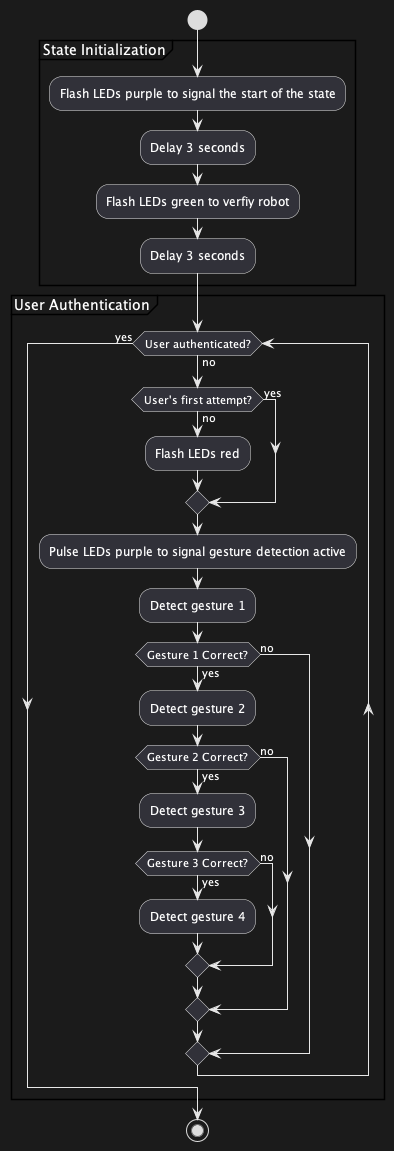
The PlantUML diagram uml/diagrams/rendezvous_verify.png in AndrewH-14/team1-project, before a commit. Source of this version:
```plantuml
@startuml
!pragma useVerticalIf off

start
group State Initialization
:Flash LEDs purple to signal the start of the state;
:Delay 3 seconds;
:Flash LEDs green to verfiy robot;
:Delay 3 seconds;
end group
group User Authentication
while (User authenticated?) is (no)
    if (User's first attempt?) then (no)
        :Flash LEDs red;
    else (yes)
    endif
    :Pulse LEDs purple to signal gesture detection active;
    :Detect gesture 1;
    if (Gesture 1 Correct?) then (yes)
        :Detect gesture 2;
        if (Gesture 2 Correct?) then (yes)
            :Detect gesture 3;
            if (Gesture 3 Correct?) then (yes)
                :Detect gesture 4;
            else (no)
            endif
        else (no)
        endif
    else (no)
    endif
endwhile (yes)
end group
stop
@enduml
```
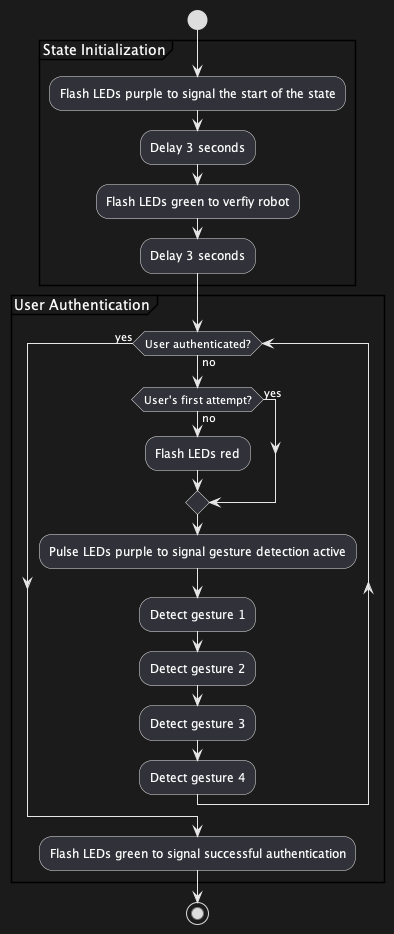
After the change.

Diff of the diagram source:
```diff
@@ -1,5 +1,4 @@
 @startuml
-!pragma useVerticalIf off
 
 start
 group State Initialization
@@ -16,19 +15,11 @@
     endif
     :Pulse LEDs purple to signal gesture detection active;
     :Detect gesture 1;
-    if (Gesture 1 Correct?) then (yes)
-        :Detect gesture 2;
-        if (Gesture 2 Correct?) then (yes)
-            :Detect gesture 3;
-            if (Gesture 3 Correct?) then (yes)
-                :Detect gesture 4;
-            else (no)
-            endif
-        else (no)
-        endif
-    else (no)
-    endif
+    :Detect gesture 2;
+    :Detect gesture 3;
+    :Detect gesture 4;
 endwhile (yes)
+:Flash LEDs green to signal successful authentication;
 end group
 stop
 @enduml
```
